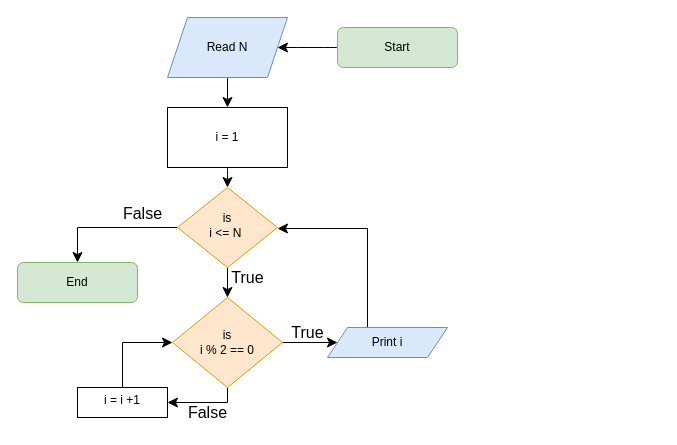
The draw.io diagram Exercise1_13.drawio in LONGDKZdev/Flowchart, before the edit. Source tidied: cells renumbered, new cells numbered last; positions are measured from the earlier drawing's top-left corner, leaving out a move shared by most shapes. Both pictures are drawn from the tidied source at 100%, with x=0, y=0 at pixel (17, 17).
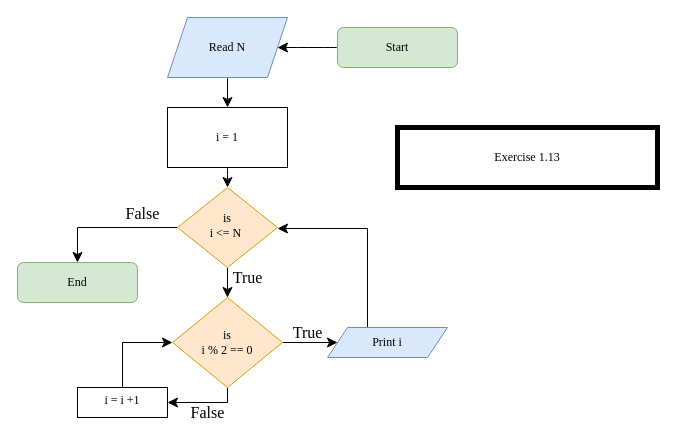
After the change.

The edit, as a diff of the source:
```diff
@@
-    <mxCell id="2" style="edgeStyle=none;curved=1;rounded=0;jettySize=auto;html=1;fontSize=12;startSize=8;endSize=8;" parent="1" edge="1" source="3" target="9">
+    <mxCell id="2" style="edgeStyle=none;curved=1;rounded=0;jettySize=auto;html=1;fontSize=12;startSize=8;endSize=8;fontFamily=Times New Roman;" parent="1" edge="1" source="3" target="9">
       <mxGeometry relative="1" as="geometry" />
     </mxCell>
-    <mxCell id="3" value="Start" style="rounded=1;whiteSpace=wrap;html=1;fontSize=12;glass=0;strokeWidth=1;shadow=0;fillColor=#d5e8d4;strokeColor=#82b366;" parent="1" vertex="1">
+    <mxCell id="3" value="Start" style="rounded=1;whiteSpace=wrap;html=1;fontSize=12;glass=0;strokeWidth=1;shadow=0;fillColor=#d5e8d4;strokeColor=#82b366;fontFamily=Times New Roman;" parent="1" vertex="1">
       <mxGeometry x="320" y="10" width="120" height="40" as="geometry" />
     </mxCell>
-    <mxCell id="4" style="edgeStyle=none;curved=1;rounded=0;jettySize=auto;html=1;fontSize=12;startSize=8;endSize=8;" parent="1" edge="1" source="6" target="18">
+    <mxCell id="4" style="edgeStyle=none;curved=1;rounded=0;jettySize=auto;html=1;fontSize=12;startSize=8;endSize=8;fontFamily=Times New Roman;" parent="1" edge="1" source="6" target="18">
       <mxGeometry relative="1" as="geometry" />
     </mxCell>
-    <mxCell id="5" style="edgeStyle=orthogonalEdgeStyle;rounded=0;jettySize=auto;html=1;entryX=0.5;entryY=0;entryDx=0;entryDy=0;fontSize=12;startSize=8;endSize=8;" parent="1" edge="1" source="6" target="7">
+    <mxCell id="5" style="edgeStyle=orthogonalEdgeStyle;rounded=0;jettySize=auto;html=1;entryX=0.5;entryY=0;entryDx=0;entryDy=0;fontSize=12;startSize=8;endSize=8;fontFamily=Times New Roman;" parent="1" edge="1" source="6" target="7">
       <mxGeometry relative="1" as="geometry" />
     </mxCell>
-    <mxCell id="6" value="is&lt;div&gt;i &amp;lt;= N&amp;nbsp;&lt;/div&gt;" style="rhombus;whiteSpace=wrap;html=1;shadow=0;fontFamily=Helvetica;fontSize=12;align=center;strokeWidth=1;spacing=6;spacingTop=-4;fillColor=#ffe6cc;strokeColor=#d79b00;" parent="1" vertex="1">
+    <mxCell id="6" value="is&lt;div&gt;i &amp;lt;= N&amp;nbsp;&lt;/div&gt;" style="rhombus;whiteSpace=wrap;html=1;shadow=0;fontFamily=Times New Roman;fontSize=12;align=center;strokeWidth=1;spacing=6;spacingTop=-4;fillColor=#ffe6cc;strokeColor=#d79b00;" parent="1" vertex="1">
       <mxGeometry x="160" y="170" width="100" height="80" as="geometry" />
     </mxCell>
-    <mxCell id="7" value="End" style="rounded=1;whiteSpace=wrap;html=1;fontSize=12;glass=0;strokeWidth=1;shadow=0;fillColor=#d5e8d4;strokeColor=#82b366;" parent="1" vertex="1">
+    <mxCell id="7" value="End" style="rounded=1;whiteSpace=wrap;html=1;fontSize=12;glass=0;strokeWidth=1;shadow=0;fillColor=#d5e8d4;strokeColor=#82b366;fontFamily=Times New Roman;" parent="1" vertex="1">
       <mxGeometry y="245" width="120" height="40" as="geometry" />
     </mxCell>
-    <mxCell id="8" style="edgeStyle=none;curved=1;rounded=0;jettySize=auto;html=1;fontSize=12;startSize=8;endSize=8;" parent="1" edge="1" source="9" target="11">
+    <mxCell id="8" style="edgeStyle=none;curved=1;rounded=0;jettySize=auto;html=1;fontSize=12;startSize=8;endSize=8;fontFamily=Times New Roman;" parent="1" edge="1" source="9" target="11">
       <mxGeometry relative="1" as="geometry" />
     </mxCell>
-    <mxCell id="9" value="Read N" style="shape=parallelogram;perimeter=parallelogramPerimeter;whiteSpace=wrap;html=1;fixedSize=1;fillColor=#dae8fc;strokeColor=#6c8ebf;" parent="1" vertex="1">
+    <mxCell id="9" value="Read N" style="shape=parallelogram;perimeter=parallelogramPerimeter;whiteSpace=wrap;html=1;fixedSize=1;fillColor=#dae8fc;strokeColor=#6c8ebf;fontFamily=Times New Roman;" parent="1" vertex="1">
       <mxGeometry x="150" width="120" height="60" as="geometry" />
     </mxCell>
-    <mxCell id="10" style="edgeStyle=none;curved=1;rounded=0;jettySize=auto;html=1;entryX=0.5;entryY=0;entryDx=0;entryDy=0;fontSize=12;startSize=8;endSize=8;" parent="1" edge="1" source="11" target="6">
+    <mxCell id="10" style="edgeStyle=none;curved=1;rounded=0;jettySize=auto;html=1;entryX=0.5;entryY=0;entryDx=0;entryDy=0;fontSize=12;startSize=8;endSize=8;fontFamily=Times New Roman;" parent="1" edge="1" source="11" target="6">
       <mxGeometry relative="1" as="geometry" />
     </mxCell>
-    <mxCell id="11" value="i = 1" style="whiteSpace=wrap;html=1;" parent="1" vertex="1">
+    <mxCell id="11" value="i = 1" style="whiteSpace=wrap;html=1;fontFamily=Times New Roman;" parent="1" vertex="1">
       <mxGeometry x="150" y="90" width="120" height="60" as="geometry" />
     </mxCell>
-    <mxCell id="12" value="False" style="text;html=1;align=center;verticalAlign=middle;strokeColor=none;fillColor=none;fontSize=16;" parent="1" vertex="1">
+    <mxCell id="12" value="False" style="text;html=1;align=center;verticalAlign=middle;strokeColor=none;fillColor=none;fontSize=16;fontFamily=Times New Roman;" parent="1" vertex="1">
       <mxGeometry x="95" y="181" width="60" height="30" as="geometry" />
     </mxCell>
-    <mxCell id="13" style="edgeStyle=orthogonalEdgeStyle;rounded=0;jettySize=auto;html=1;entryX=0;entryY=0.5;entryDx=0;entryDy=0;fontSize=12;startSize=8;endSize=8;exitX=0.5;exitY=0;exitDx=0;exitDy=0;" parent="1" edge="1" source="14" target="18">
+    <mxCell id="13" style="edgeStyle=orthogonalEdgeStyle;rounded=0;jettySize=auto;html=1;entryX=0;entryY=0.5;entryDx=0;entryDy=0;fontSize=12;startSize=8;endSize=8;exitX=0.5;exitY=0;exitDx=0;exitDy=0;fontFamily=Times New Roman;" parent="1" edge="1" source="14" target="18">
       <mxGeometry relative="1" as="geometry">
         <Array as="points">
           <mxPoint x="105" y="325" />
         </Array>
       </mxGeometry>
     </mxCell>
-    <mxCell id="14" value="i = i +1" style="whiteSpace=wrap;html=1;shadow=0;strokeWidth=1;spacing=6;spacingTop=-4;" parent="1" vertex="1">
+    <mxCell id="14" value="i = i +1" style="whiteSpace=wrap;html=1;shadow=0;strokeWidth=1;spacing=6;spacingTop=-4;fontFamily=Times New Roman;" parent="1" vertex="1">
       <mxGeometry x="60" y="370" width="90" height="30" as="geometry" />
     </mxCell>
-    <mxCell id="15" value="True" style="text;html=1;align=center;verticalAlign=middle;strokeColor=none;fillColor=none;fontSize=16;" parent="1" vertex="1">
-      <mxGeometry x="200" y="245" width="60" height="30" as="geometry" />
+    <mxCell id="15" value="True" style="text;html=1;align=center;verticalAlign=middle;strokeColor=none;fillColor=none;fontSize=16;fontFamily=Times New Roman;" parent="1" vertex="1">
+      <mxGeometry x="205" y="245" width="50" height="30" as="geometry" />
     </mxCell>
-    <mxCell id="16" style="edgeStyle=orthogonalEdgeStyle;rounded=0;jettySize=auto;html=1;entryX=1;entryY=0.5;entryDx=0;entryDy=0;fontSize=12;startSize=8;endSize=8;exitX=0.5;exitY=1;exitDx=0;exitDy=0;" parent="1" edge="1" source="18" target="14">
+    <mxCell id="16" style="edgeStyle=orthogonalEdgeStyle;rounded=0;jettySize=auto;html=1;entryX=1;entryY=0.5;entryDx=0;entryDy=0;fontSize=12;startSize=8;endSize=8;exitX=0.5;exitY=1;exitDx=0;exitDy=0;fontFamily=Times New Roman;" parent="1" edge="1" source="18" target="14">
       <mxGeometry relative="1" as="geometry">
         <Array as="points">
           <mxPoint x="210" y="385" />
         </Array>
       </mxGeometry>
     </mxCell>
-    <mxCell id="17" style="edgeStyle=orthogonalEdgeStyle;rounded=0;jettySize=auto;html=1;entryX=0;entryY=0.5;entryDx=0;entryDy=0;fontSize=12;startSize=8;endSize=8;exitX=1;exitY=0.5;exitDx=0;exitDy=0;" parent="1" edge="1" source="18" target="21">
+    <mxCell id="17" style="edgeStyle=orthogonalEdgeStyle;rounded=0;jettySize=auto;html=1;entryX=0;entryY=0.5;entryDx=0;entryDy=0;fontSize=12;startSize=8;endSize=8;exitX=1;exitY=0.5;exitDx=0;exitDy=0;fontFamily=Times New Roman;" parent="1" edge="1" source="18" target="21">
       <mxGeometry relative="1" as="geometry" />
     </mxCell>
-    <mxCell id="18" value="&lt;div&gt;is&lt;/div&gt;i % 2 == 0" style="rhombus;whiteSpace=wrap;html=1;fillColor=#ffe6cc;strokeColor=#d79b00;" parent="1" vertex="1">
+    <mxCell id="18" value="&lt;div&gt;is&lt;/div&gt;i % 2 == 0" style="rhombus;whiteSpace=wrap;html=1;fillColor=#ffe6cc;strokeColor=#d79b00;fontFamily=Times New Roman;" parent="1" vertex="1">
       <mxGeometry x="155" y="280" width="110" height="90" as="geometry" />
     </mxCell>
-    <mxCell id="19" value="False" style="text;html=1;align=center;verticalAlign=middle;strokeColor=none;fillColor=none;fontSize=16;" parent="1" vertex="1">
+    <mxCell id="19" value="False" style="text;html=1;align=center;verticalAlign=middle;strokeColor=none;fillColor=none;fontSize=16;fontFamily=Times New Roman;" parent="1" vertex="1">
       <mxGeometry x="160" y="380" width="60" height="30" as="geometry" />
     </mxCell>
-    <mxCell id="20" style="edgeStyle=orthogonalEdgeStyle;rounded=0;orthogonalLoop=1;jettySize=auto;html=1;fontSize=12;startSize=8;endSize=8;entryX=1;entryY=1;entryDx=0;entryDy=0;" parent="1" edge="1">
+    <mxCell id="20" style="edgeStyle=orthogonalEdgeStyle;rounded=0;orthogonalLoop=1;jettySize=auto;html=1;fontSize=12;startSize=8;endSize=8;entryX=1;entryY=1;entryDx=0;entryDy=0;fontFamily=Times New Roman;" parent="1" edge="1">
       <mxGeometry relative="1" as="geometry">
         <mxPoint x="350" y="320" as="sourcePoint" />
         <mxPoint x="260" y="211" as="targetPoint" />
         <Array as="points">
           <mxPoint x="350" y="326" />
           <mxPoint x="350" y="211" />
         </Array>
       </mxGeometry>
     </mxCell>
-    <mxCell id="21" value="Print i" style="shape=parallelogram;perimeter=parallelogramPerimeter;whiteSpace=wrap;html=1;fixedSize=1;fillColor=#dae8fc;strokeColor=#6c8ebf;" parent="1" vertex="1">
+    <mxCell id="21" value="Print i" style="shape=parallelogram;perimeter=parallelogramPerimeter;whiteSpace=wrap;html=1;fixedSize=1;fillColor=#dae8fc;strokeColor=#6c8ebf;fontFamily=Times New Roman;" parent="1" vertex="1">
       <mxGeometry x="310" y="310" width="120" height="30" as="geometry" />
     </mxCell>
-    <mxCell id="22" value="True" style="text;html=1;align=center;verticalAlign=middle;strokeColor=none;fillColor=none;fontSize=16;" parent="1" vertex="1">
-      <mxGeometry x="260" y="300" width="60" height="30" as="geometry" />
+    <mxCell id="22" value="True" style="text;html=1;align=center;verticalAlign=middle;strokeColor=none;fillColor=none;fontSize=16;fontFamily=Times New Roman;" parent="1" vertex="1">
+      <mxGeometry x="265" y="300" width="50" height="30" as="geometry" />
     </mxCell>
+    <mxCell id="23" value="Exercise 1.13" style="rounded=0;whiteSpace=wrap;html=1;strokeWidth=5;fontFamily=Times New Roman;" parent="1" vertex="1">
+      <mxGeometry x="380" y="110" width="260" height="60" as="geometry" />
+    </mxCell>
```
